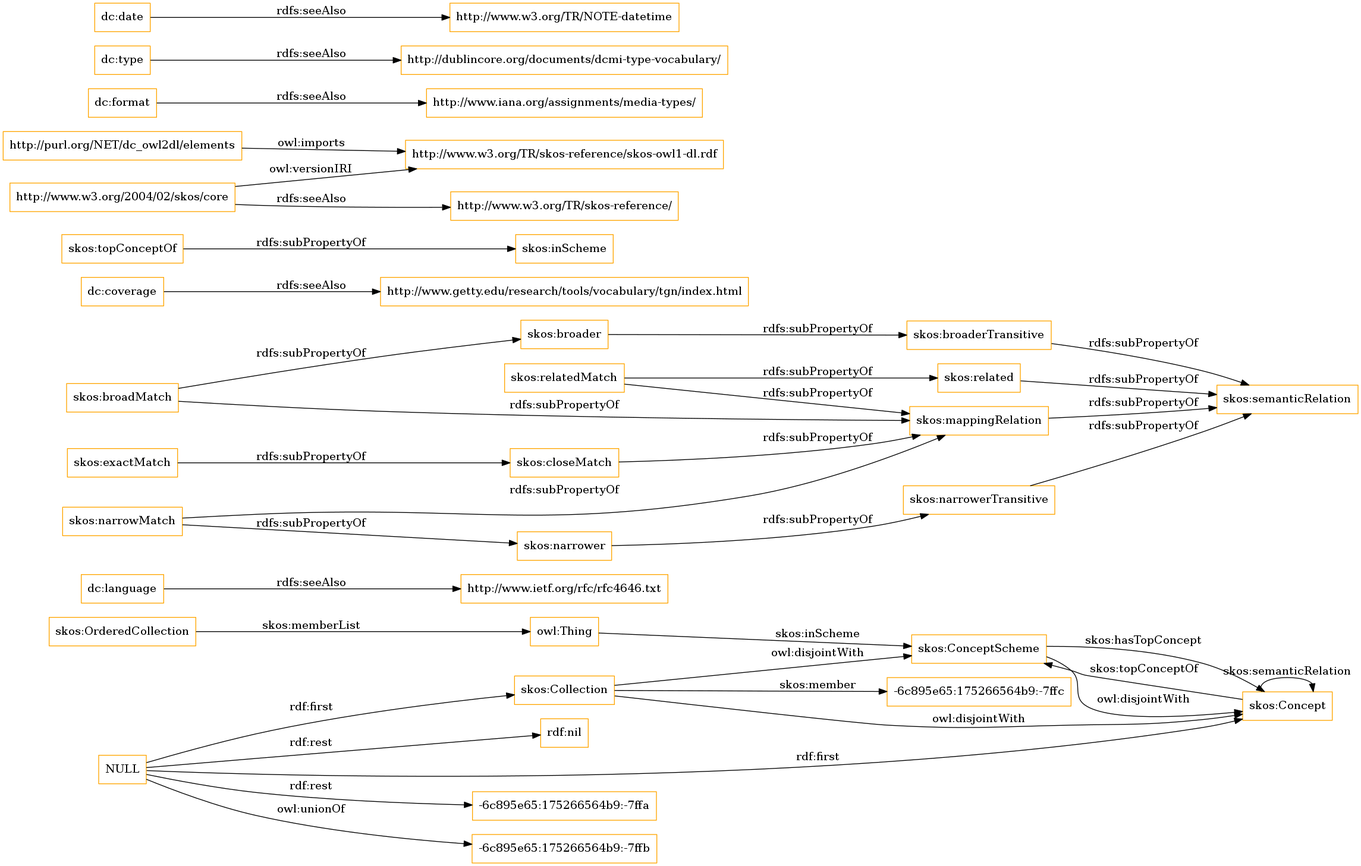
This is OnToology/imports/elements.owl/diagrams/ar2dtool-class/elements.owl.png from OnToologyUser/core-ontology-1, a Graphviz export, as it was before one commit. Its source is kept beside it as OnToology/imports/elements.owl/diagrams/ar2dtool-class/elements.owl.png.dot.
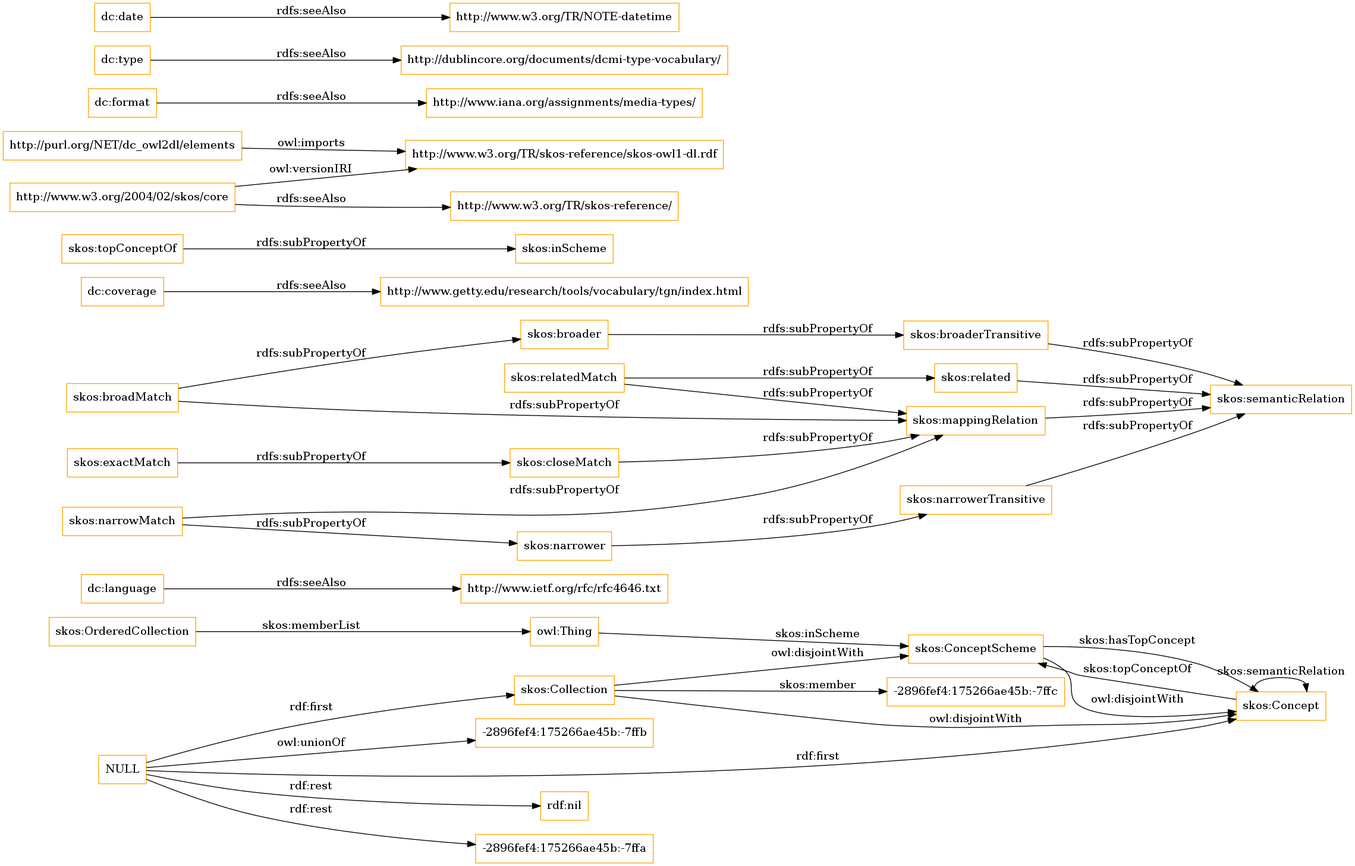
After the commit.

The edit, as a diff of the source:
```diff
@@ -1,13 +1,13 @@
 digraph ar2dtool_diagram {
 rankdir=LR;
 size="1501"
-node [shape = rectangle, color="orange"]; "-6c895e65:175266564b9:-7ffc" "skos:OrderedCollection" "skos:Collection" "skos:ConceptScheme" "skos:Concept" ; /*classes style*/
+node [shape = rectangle, color="orange"]; "-2896fef4:175266ae45b:-7ffc" "skos:OrderedCollection" "skos:Collection" "skos:ConceptScheme" "skos:Concept" ; /*classes style*/
 	"dc:language" -> "http://www.ietf.org/rfc/rfc4646.txt" [ label = "rdfs:seeAlso" ];
-	"NULL" -> "-6c895e65:175266564b9:-7ffa" [ label = "rdf:rest" ];
-	"NULL" -> "skos:Concept" [ label = "rdf:first" ];
-	"NULL" -> "-6c895e65:175266564b9:-7ffb" [ label = "owl:unionOf" ];
 	"NULL" -> "rdf:nil" [ label = "rdf:rest" ];
 	"NULL" -> "skos:Collection" [ label = "rdf:first" ];
+	"NULL" -> "-2896fef4:175266ae45b:-7ffa" [ label = "rdf:rest" ];
+	"NULL" -> "skos:Concept" [ label = "rdf:first" ];
+	"NULL" -> "-2896fef4:175266ae45b:-7ffb" [ label = "owl:unionOf" ];
 	"skos:closeMatch" -> "skos:mappingRelation" [ label = "rdfs:subPropertyOf" ];
 	"dc:coverage" -> "http://www.getty.edu/research/tools/vocabulary/tgn/index.html" [ label = "rdfs:seeAlso" ];
 	"skos:relatedMatch" -> "skos:related" [ label = "rdfs:subPropertyOf" ];
@@ -36,7 +36,7 @@
 	"skos:OrderedCollection" -> "owl:Thing" [ label = "skos:memberList" ];
 	"skos:Concept" -> "skos:ConceptScheme" [ label = "skos:topConceptOf" ];
 	"skos:Concept" -> "skos:Concept" [ label = "skos:semanticRelation" ];
-	"skos:Collection" -> "-6c895e65:175266564b9:-7ffc" [ label = "skos:member" ];
+	"skos:Collection" -> "-2896fef4:175266ae45b:-7ffc" [ label = "skos:member" ];
 	"skos:ConceptScheme" -> "skos:Concept" [ label = "skos:hasTopConcept" ];
 	"owl:Thing" -> "skos:ConceptScheme" [ label = "skos:inScheme" ];
 
```
